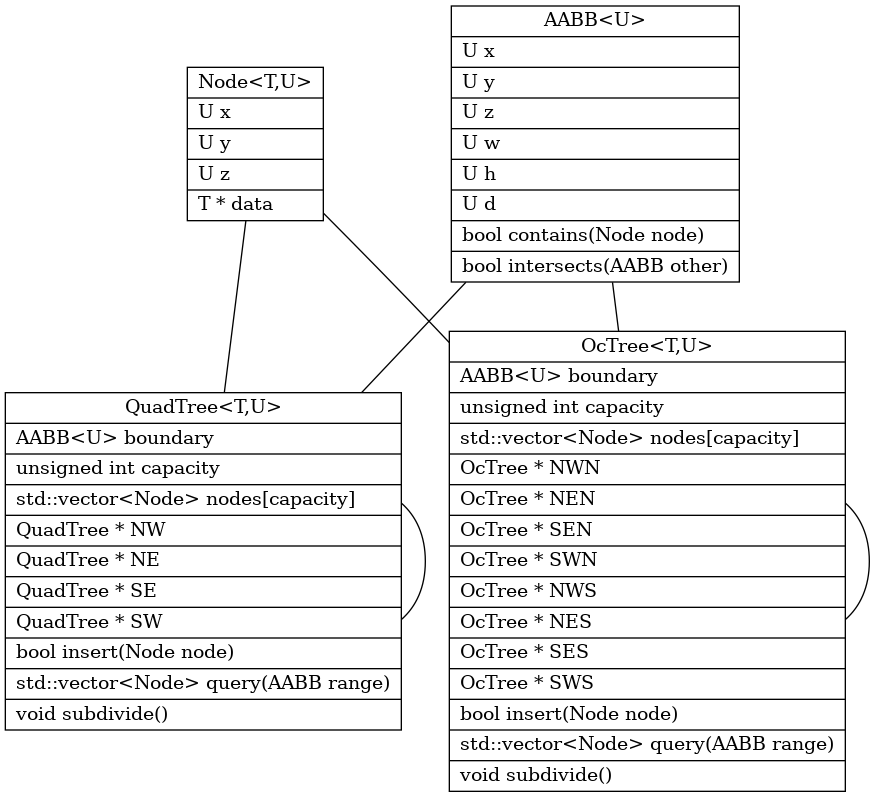
Above: doc/classes.dot.png in pvorselaars/spatial-tree (Graphviz), before the change. Its source is kept beside it as doc/classes.dot.
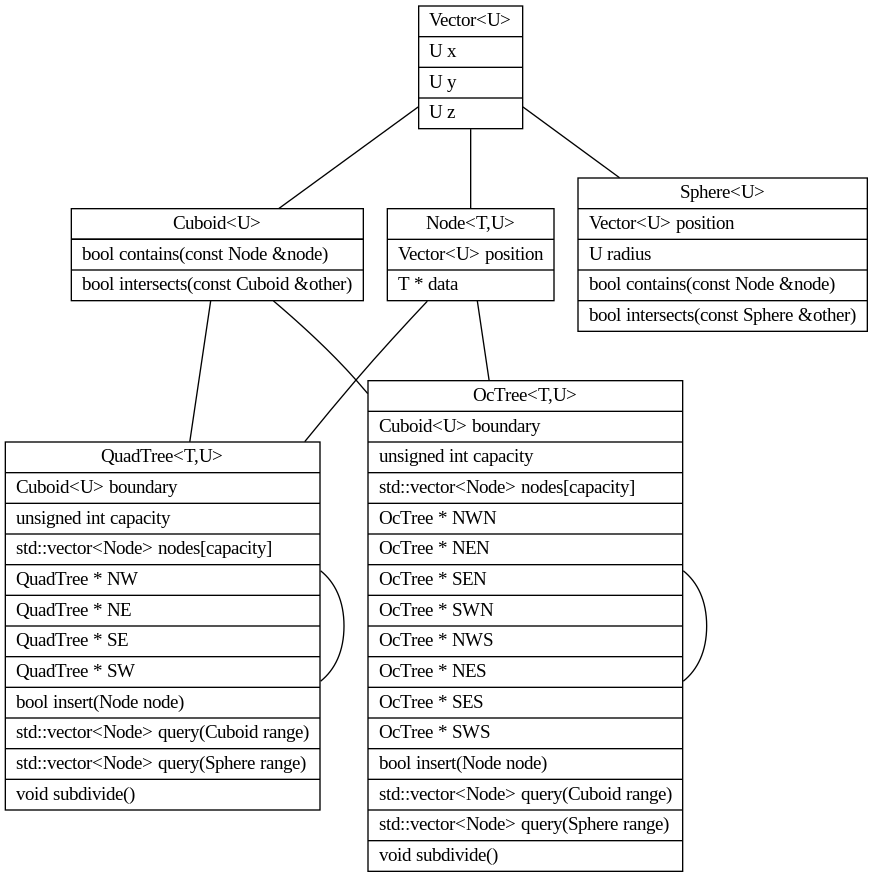
After the change.

Commit message:
Revised class diagram.

What changed in the source:
```diff
@@ -3,24 +3,29 @@
 	graph [bgcolor=transparent]
 	node [shape=record,style=filled,fillcolor=white]
 
-	Element [label="{Node\<T,U\>|
+	Vector [label="{Vector\<U\>|
 			  U x\l|
 			  U y\l|
-			  U z\l|
+			  U z\l}"]
+
+	Element [label="{Node\<T,U\>|
+			  Vector\<U\> position\l|
 			  T * data\l}"]
 
-	AABB [label="{\N\<U\>|
-			U x\l|
-			U y\l|
-			U z\l|
-			U w\l|
-			U h\l|
-			U d\l|
-			bool contains(Node node)\l|
-			bool intersects(AABB other)\l}"]
+	Sphere [label="{Sphere\<U\>|
+			Vector\<U\> position\l|
+			U radius\l|
+			bool contains(const Node &node)\l|
+			bool intersects(const Sphere &other)\l}"]
 
-	QuadTree [label="{\N\<T,U\>|
-			   AABB\<U\> boundary\l|
+	Cuboid [label="{Cuboid\<U\>|
+			Vector<U> position\l|
+			Vector<U> dimensions\l|
+			bool contains(const Node &node)\l|
+			bool intersects(const Cuboid &other)\l}"]
+
+	QuadTree [label="{QuadTree\<T,U\>|
+			   Cuboid\<U\> boundary\l|
 			   unsigned int capacity\l|
 			   std::vector\<Node\> nodes[capacity]\l|
 			   QuadTree * NW\l|
@@ -28,11 +33,12 @@
 			   QuadTree * SE\l|
 			   QuadTree * SW\l|
 			   bool insert(Node node)\l|
-			   std::vector\<Node\> query(AABB range)\l|
+			   std::vector\<Node\> query(Cuboid range)\l|
+			   std::vector\<Node\> query(Sphere range)\l|
 			   void subdivide()\l}"]
 
-	OcTree [label="{\N\<T,U\>|
-			  AABB\<U\> boundary\l|
+	OcTree [label="{OcTree\<T,U\>|
+			  Cuboid\<U\> boundary\l|
 			  unsigned int capacity\l|
 			  std::vector\<Node\> nodes[capacity]\l|
 			  OcTree * NWN\l|
@@ -44,14 +50,17 @@
 			  OcTree * SES\l|
 			  OcTree * SWS\l|
 			  bool insert(Node node)\l|
-			  std::vector\<Node\> query(AABB range)\l|
+			  std::vector\<Node\> query(Cuboid range)\l|
+			  std::vector\<Node\> query(Sphere range)\l|
 			  void subdivide()\l}"]
 
-
+	Vector -- Element
+	Vector -- Cuboid
+	Vector -- Sphere
 	Element -- QuadTree
 	Element -- OcTree
-	AABB -- QuadTree
-	AABB -- OcTree
+	Cuboid -- QuadTree
+	Cuboid -- OcTree
 	QuadTree -- QuadTree
 	OcTree -- OcTree
 
```
